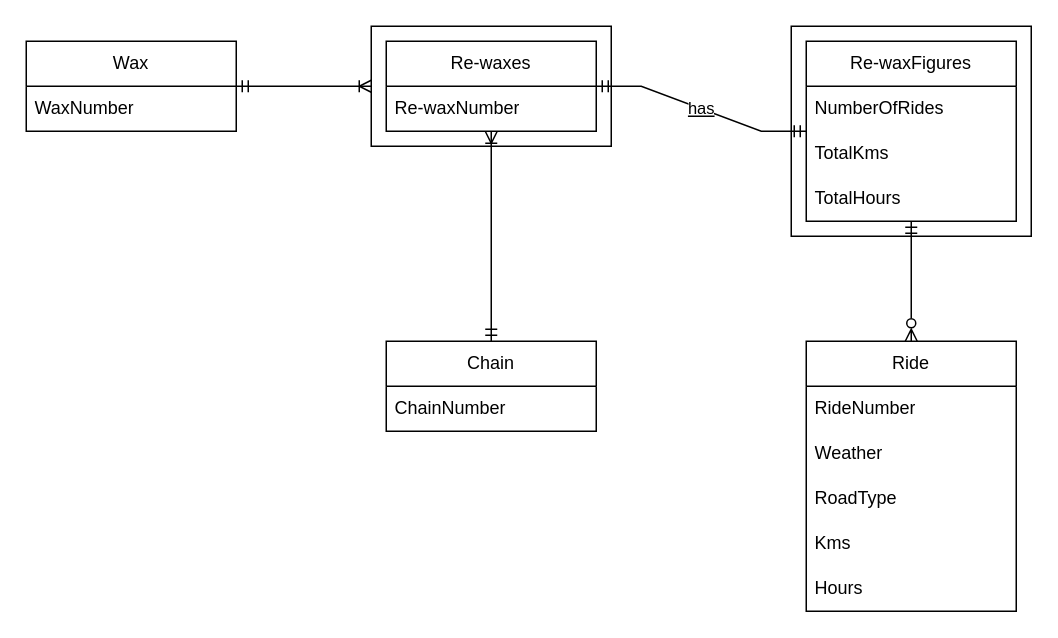
Prosthius/chain-wax-tracker keeps this draw.io diagram as design-documents/chain-wax-tracker-db-design.drawio. Above is the earlier version. Source tidied: cells renumbered, new cells numbered last; positions are measured from the earlier drawing's top-left corner, leaving out a move shared by most shapes. Both pictures are drawn from the tidied source at 150%, with x=0, y=0 at pixel (26, 26).
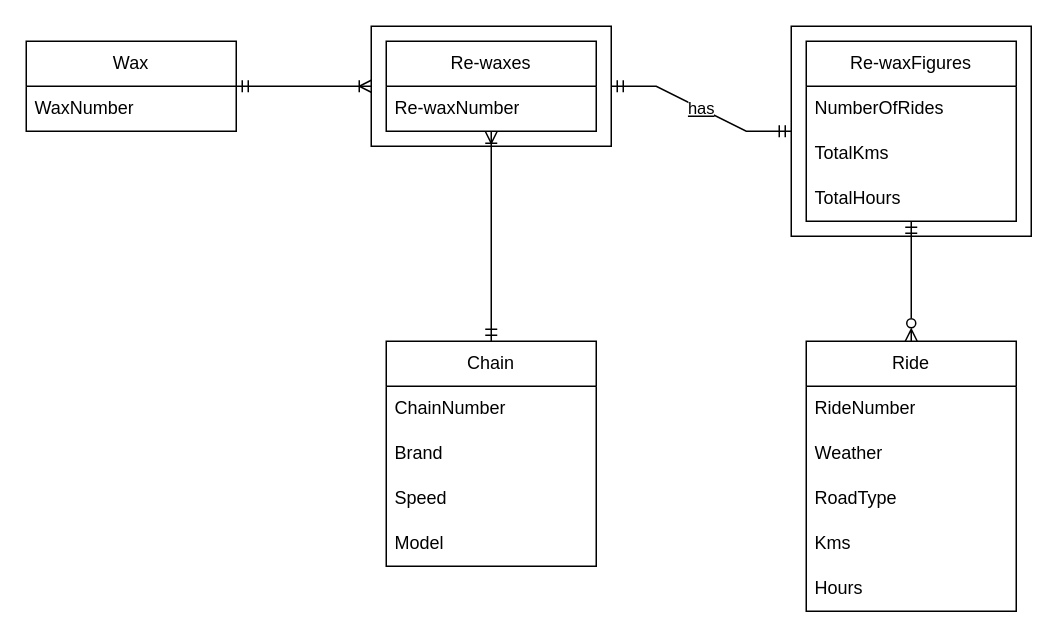
Above is the later version.

Unchanged cells that the change refers to:
```xml
<mxCell id="2" style="rounded=0;whiteSpace=wrap;html=1;" parent="1" vertex="1">
  <mxGeometry x="510" width="160" height="140" as="geometry" />
</mxCell>
<mxCell id="3" style="rounded=0;whiteSpace=wrap;html=1;" parent="1" vertex="1">
  <mxGeometry x="230" width="160" height="80" as="geometry" />
</mxCell>
<mxCell id="8" value="Re-waxes" style="swimlane;fontStyle=0;horizontal=1;startSize=30;whiteSpace=wrap;html=1;" parent="1" vertex="1">
  <mxGeometry x="240" y="10" width="140" height="60" as="geometry" />
</mxCell>
<mxCell id="19" value="Re-waxFigures" style="swimlane;fontStyle=0;horizontal=1;startSize=30;whiteSpace=wrap;html=1;" parent="1" vertex="1">
  <mxGeometry x="520" y="10" width="140" height="120" as="geometry" />
</mxCell>
```

What changed in the source:
```diff
@@
     <mxCell id="4" value="Chain" style="swimlane;fontStyle=0;horizontal=1;startSize=30;whiteSpace=wrap;html=1;" parent="1" vertex="1">
-      <mxGeometry x="240" y="210" width="140" height="60" as="geometry" />
+      <mxGeometry x="240" y="210" width="140" height="150" as="geometry" />
     </mxCell>
@@
+    <mxCell id="25" value="Brand" style="text;strokeColor=none;fillColor=none;align=left;verticalAlign=middle;spacingLeft=4;spacingRight=4;overflow=hidden;whiteSpace=wrap;html=1;" parent="4" vertex="1">
+      <mxGeometry y="60" width="140" height="30" as="geometry" />
+    </mxCell>
+    <mxCell id="26" value="Speed" style="text;strokeColor=none;fillColor=none;align=left;verticalAlign=middle;spacingLeft=4;spacingRight=4;overflow=hidden;whiteSpace=wrap;html=1;" parent="4" vertex="1">
+      <mxGeometry y="90" width="140" height="30" as="geometry" />
+    </mxCell>
+    <mxCell id="27" value="Model" style="text;strokeColor=none;fillColor=none;align=left;verticalAlign=middle;spacingLeft=4;spacingRight=4;overflow=hidden;whiteSpace=wrap;html=1;" parent="4" vertex="1">
+      <mxGeometry y="120" width="140" height="30" as="geometry" />
+    </mxCell>
@@
-    <mxCell id="23" style="fontSize=12;html=1;endArrow=ERmandOne;startArrow=ERmandOne;rounded=0;edgeStyle=entityRelationEdgeStyle;endFill=0;" parent="1" edge="1" source="8" target="19">
+    <mxCell id="23" style="fontSize=12;html=1;endArrow=ERmandOne;startArrow=ERmandOne;rounded=0;edgeStyle=entityRelationEdgeStyle;endFill=0;exitX=1;exitY=0.5;exitDx=0;exitDy=0;entryX=0;entryY=0.5;entryDx=0;entryDy=0;" parent="1" edge="1" source="3" target="2">
       <mxGeometry relative="1" as="geometry" />
     </mxCell>
```
